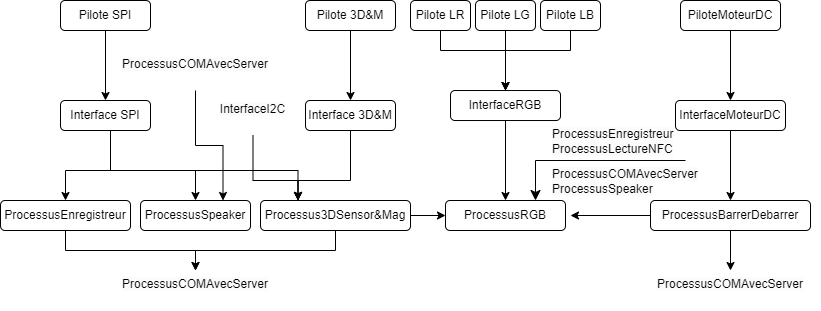
Before: Door/Schéma/Diagramme/Arch lo ex 1.drawio.png, a diagram exported from draw.io (CamFo/SecurityDoor). Source tidied: cells renumbered, new cells last; positions are measured from the earlier drawing's top-left corner, leaving out a move shared by most shapes.
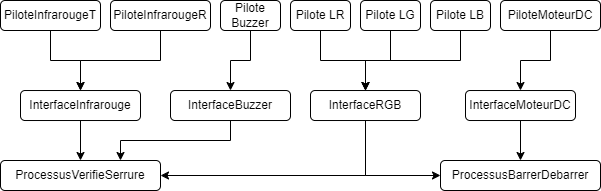
Later version of the same file.

What changed in the source:
```diff
@@ -2,175 +2,98 @@
   <root>
     <mxCell id="0" />
     <mxCell id="1" parent="0" />
-    <mxCell id="2" style="edgeStyle=orthogonalEdgeStyle;rounded=0;jettySize=auto;html=1;" parent="1" edge="1" source="4" target="32">
-      <mxGeometry relative="1" as="geometry" />
-    </mxCell>
-    <mxCell id="3" style="edgeStyle=orthogonalEdgeStyle;rounded=0;jettySize=auto;html=1;entryX=0;entryY=0.5;entryDx=0;entryDy=0;" parent="1" edge="1" source="4" target="34">
-      <mxGeometry relative="1" as="geometry" />
-    </mxCell>
-    <mxCell id="4" value="Processus3DSensor&amp;amp;Mag" style="rounded=1;whiteSpace=wrap;html=1;" parent="1" vertex="1">
-      <mxGeometry x="260" y="200" width="150" height="30" as="geometry" />
-    </mxCell>
-    <mxCell id="5" style="edgeStyle=orthogonalEdgeStyle;rounded=0;jettySize=auto;html=1;" parent="1" edge="1" source="6" target="8">
-      <mxGeometry relative="1" as="geometry" />
-    </mxCell>
-    <mxCell id="6" value="PiloteMoteurDC" style="rounded=1;whiteSpace=wrap;html=1;" parent="1" vertex="1">
-      <mxGeometry x="680" width="100" height="30" as="geometry" />
-    </mxCell>
-    <mxCell id="7" style="edgeStyle=orthogonalEdgeStyle;rounded=0;jettySize=auto;html=1;" parent="1" edge="1" source="8" target="11">
-      <mxGeometry relative="1" as="geometry" />
-    </mxCell>
-    <mxCell id="8" value="InterfaceMoteurDC" style="rounded=1;whiteSpace=wrap;html=1;" parent="1" vertex="1">
-      <mxGeometry x="675" y="100" width="110" height="30" as="geometry" />
-    </mxCell>
-    <mxCell id="9" style="edgeStyle=orthogonalEdgeStyle;rounded=0;jettySize=auto;html=1;" parent="1" edge="1" source="11" target="33">
-      <mxGeometry relative="1" as="geometry" />
-    </mxCell>
-    <mxCell id="10" style="edgeStyle=orthogonalEdgeStyle;rounded=0;jettySize=auto;html=1;" parent="1" edge="1" source="11">
-      <mxGeometry relative="1" as="geometry">
-        <mxPoint x="570" y="215" as="targetPoint" />
-      </mxGeometry>
-    </mxCell>
-    <mxCell id="11" value="ProcessusBarrerDebarrer" style="rounded=1;whiteSpace=wrap;html=1;" parent="1" vertex="1">
-      <mxGeometry x="650" y="200" width="160" height="30" as="geometry" />
-    </mxCell>
-    <mxCell id="12" style="edgeStyle=orthogonalEdgeStyle;rounded=0;jettySize=auto;html=1;entryX=0.25;entryY=0;entryDx=0;entryDy=0;" parent="1" edge="1" source="13" target="4">
-      <mxGeometry relative="1" as="geometry">
-        <Array as="points">
-          <mxPoint x="253" y="180" />
-          <mxPoint x="298" y="180" />
-        </Array>
-      </mxGeometry>
-    </mxCell>
-    <mxCell id="13" value="&lt;span style=&quot;color: rgb(0, 0, 0); font-family: Helvetica; font-size: 12px; font-style: normal; font-variant-ligatures: normal; font-variant-caps: normal; font-weight: 400; letter-spacing: normal; orphans: 2; text-indent: 0px; text-transform: none; widows: 2; word-spacing: 0px; -webkit-text-stroke-width: 0px; background-color: rgb(251, 251, 251); text-decoration-thickness: initial; text-decoration-style: initial; text-decoration-color: initial; float: none; display: inline !important;&quot;&gt;InterfaceI2C&lt;/span&gt;" style="text;whiteSpace=wrap;html=1;align=center;" parent="1" vertex="1">
-      <mxGeometry x="215" y="95" width="75" height="40" as="geometry" />
-    </mxCell>
-    <mxCell id="14" style="edgeStyle=orthogonalEdgeStyle;rounded=0;jettySize=auto;html=1;" parent="1" edge="1" source="15" target="17">
-      <mxGeometry relative="1" as="geometry" />
-    </mxCell>
-    <mxCell id="15" value="Pilote 3D&amp;amp;M" style="rounded=1;whiteSpace=wrap;html=1;" parent="1" vertex="1">
-      <mxGeometry x="305" width="90" height="30" as="geometry" />
-    </mxCell>
-    <mxCell id="16" style="edgeStyle=orthogonalEdgeStyle;rounded=0;jettySize=auto;html=1;entryX=0.25;entryY=0;entryDx=0;entryDy=0;" parent="1" edge="1" source="17" target="4">
-      <mxGeometry relative="1" as="geometry">
-        <Array as="points">
-          <mxPoint x="350" y="180" />
-          <mxPoint x="298" y="180" />
-        </Array>
-      </mxGeometry>
-    </mxCell>
-    <mxCell id="17" value="Interface 3D&amp;amp;M" style="rounded=1;whiteSpace=wrap;html=1;" parent="1" vertex="1">
-      <mxGeometry x="305" y="100" width="90" height="30" as="geometry" />
-    </mxCell>
-    <mxCell id="18" style="edgeStyle=orthogonalEdgeStyle;rounded=0;jettySize=auto;html=1;" parent="1" edge="1" source="19" target="23">
-      <mxGeometry relative="1" as="geometry" />
-    </mxCell>
-    <mxCell id="19" value="Pilote SPI" style="rounded=1;whiteSpace=wrap;html=1;" parent="1" vertex="1">
-      <mxGeometry x="60" width="90" height="30" as="geometry" />
-    </mxCell>
-    <mxCell id="20" style="edgeStyle=orthogonalEdgeStyle;rounded=0;jettySize=auto;html=1;entryX=0.25;entryY=0;entryDx=0;entryDy=0;" parent="1" edge="1" source="23" target="4">
-      <mxGeometry relative="1" as="geometry">
-        <Array as="points">
-          <mxPoint x="110" y="170" />
-          <mxPoint x="298" y="170" />
-        </Array>
-      </mxGeometry>
-    </mxCell>
-    <mxCell id="21" style="edgeStyle=orthogonalEdgeStyle;rounded=0;jettySize=auto;html=1;entryX=0.5;entryY=0;entryDx=0;entryDy=0;" parent="1" edge="1" source="23" target="40">
-      <mxGeometry relative="1" as="geometry">
-        <Array as="points">
-          <mxPoint x="110" y="170" />
-          <mxPoint x="195" y="170" />
-        </Array>
-      </mxGeometry>
-    </mxCell>
-    <mxCell id="22" style="edgeStyle=orthogonalEdgeStyle;rounded=0;jettySize=auto;html=1;entryX=0.5;entryY=0;entryDx=0;entryDy=0;" parent="1" edge="1" source="23" target="42">
-      <mxGeometry relative="1" as="geometry">
-        <Array as="points">
-          <mxPoint x="110" y="170" />
-          <mxPoint x="65" y="170" />
-        </Array>
-      </mxGeometry>
-    </mxCell>
-    <mxCell id="23" value="Interface SPI" style="rounded=1;whiteSpace=wrap;html=1;" parent="1" vertex="1">
-      <mxGeometry x="60" y="100" width="90" height="30" as="geometry" />
-    </mxCell>
     <mxCell id="24" style="edgeStyle=orthogonalEdgeStyle;rounded=0;jettySize=auto;html=1;entryX=0.5;entryY=0;entryDx=0;entryDy=0;" parent="1" edge="1" source="25" target="31">
-      <mxGeometry relative="1" as="geometry">
-        <Array as="points">
-          <mxPoint x="440" y="50" />
-          <mxPoint x="505" y="50" />
-        </Array>
-      </mxGeometry>
+      <mxGeometry relative="1" as="geometry" />
     </mxCell>
     <mxCell id="25" value="Pilote LR" style="rounded=1;whiteSpace=wrap;html=1;" parent="1" vertex="1">
-      <mxGeometry x="410" width="60" height="30" as="geometry" />
+      <mxGeometry x="390" y="350" width="60" height="30" as="geometry" />
     </mxCell>
     <mxCell id="26" style="edgeStyle=orthogonalEdgeStyle;rounded=0;jettySize=auto;html=1;" parent="1" edge="1" source="27" target="31">
       <mxGeometry relative="1" as="geometry" />
     </mxCell>
     <mxCell id="27" value="Pilote LG" style="rounded=1;whiteSpace=wrap;html=1;" parent="1" vertex="1">
-      <mxGeometry x="475" width="60" height="30" as="geometry" />
+      <mxGeometry x="460" y="350" width="60" height="30" as="geometry" />
     </mxCell>
-    <mxCell id="28" style="edgeStyle=orthogonalEdgeStyle;rounded=0;jettySize=auto;html=1;" parent="1" edge="1" source="29" target="31">
+    <mxCell id="28" style="edgeStyle=orthogonalEdgeStyle;rounded=0;jettySize=auto;html=1;entryX=0.5;entryY=0;entryDx=0;entryDy=0;" parent="1" edge="1" source="29" target="31">
       <mxGeometry relative="1" as="geometry">
         <Array as="points">
-          <mxPoint x="570" y="50" />
-          <mxPoint x="505" y="50" />
+          <mxPoint x="560" y="410" />
+          <mxPoint x="465" y="410" />
         </Array>
       </mxGeometry>
     </mxCell>
     <mxCell id="29" value="Pilote LB" style="rounded=1;whiteSpace=wrap;html=1;" parent="1" vertex="1">
-      <mxGeometry x="540" width="60" height="30" as="geometry" />
+      <mxGeometry x="530" y="350" width="60" height="30" as="geometry" />
     </mxCell>
-    <mxCell id="30" style="edgeStyle=orthogonalEdgeStyle;rounded=0;jettySize=auto;html=1;" parent="1" edge="1" source="31" target="34">
-      <mxGeometry relative="1" as="geometry" />
-    </mxCell>
+    <mxCell id="45" style="edgeStyle=orthogonalEdgeStyle;rounded=0;jettySize=auto;html=1;entryX=0;entryY=0.5;entryDx=0;entryDy=0;" parent="1" edge="1" source="31" target="11">
+      <mxGeometry relative="1" as="geometry">
+        <Array as="points">
+          <mxPoint x="465" y="525" />
+        </Array>
+      </mxGeometry>
+    </mxCell>
+    <mxCell id="46" style="edgeStyle=orthogonalEdgeStyle;rounded=0;jettySize=auto;html=1;entryX=1;entryY=0.5;entryDx=0;entryDy=0;" parent="1" edge="1" source="31" target="53">
+      <mxGeometry relative="1" as="geometry">
+        <Array as="points">
+          <mxPoint x="465" y="525" />
+        </Array>
+      </mxGeometry>
+    </mxCell>
     <mxCell id="31" value="InterfaceRGB" style="rounded=1;whiteSpace=wrap;html=1;" parent="1" vertex="1">
-      <mxGeometry x="450" y="90" width="110" height="30" as="geometry" />
+      <mxGeometry x="410" y="440" width="110" height="30" as="geometry" />
     </mxCell>
-    <mxCell id="32" value="&lt;span style=&quot;color: rgb(0, 0, 0); font-family: Helvetica; font-size: 12px; font-style: normal; font-variant-ligatures: normal; font-variant-caps: normal; font-weight: 400; letter-spacing: normal; orphans: 2; text-indent: 0px; text-transform: none; widows: 2; word-spacing: 0px; -webkit-text-stroke-width: 0px; background-color: rgb(251, 251, 251); text-decoration-thickness: initial; text-decoration-style: initial; text-decoration-color: initial; float: none; display: inline !important;&quot;&gt;ProcessusCOMAvecServer&lt;/span&gt;" style="text;whiteSpace=wrap;html=1;align=center;" parent="1" vertex="1">
-      <mxGeometry x="105" y="270" width="180" height="40" as="geometry" />
-    </mxCell>
-    <mxCell id="33" value="&lt;span style=&quot;color: rgb(0, 0, 0); font-family: Helvetica; font-size: 12px; font-style: normal; font-variant-ligatures: normal; font-variant-caps: normal; font-weight: 400; letter-spacing: normal; orphans: 2; text-indent: 0px; text-transform: none; widows: 2; word-spacing: 0px; -webkit-text-stroke-width: 0px; background-color: rgb(251, 251, 251); text-decoration-thickness: initial; text-decoration-style: initial; text-decoration-color: initial; float: none; display: inline !important;&quot;&gt;ProcessusCOMAvecServer&lt;/span&gt;" style="text;whiteSpace=wrap;html=1;align=center;" parent="1" vertex="1">
-      <mxGeometry x="640" y="270" width="180" height="40" as="geometry" />
-    </mxCell>
-    <mxCell id="34" value="ProcessusRGB" style="whiteSpace=wrap;html=1;rounded=1;" parent="1" vertex="1">
-      <mxGeometry x="445" y="200" width="120" height="30" as="geometry" />
-    </mxCell>
-    <mxCell id="35" style="edgeStyle=segmentEdgeStyle;endArrow=classic;html=1;curved=0;rounded=0;endSize=8;startSize=8;sourcePerimeterSpacing=0;targetPerimeterSpacing=0;entryX=0.75;entryY=0;entryDx=0;entryDy=0;exitX=0.75;exitY=0;exitDx=0;exitDy=0;" parent="1" edge="1" source="37" target="34">
-      <mxGeometry relative="1" as="geometry">
-        <Array as="points">
-          <mxPoint x="535" y="160" />
-        </Array>
-      </mxGeometry>
-    </mxCell>
-    <mxCell id="36" value="&lt;span style=&quot;color: rgb(0, 0, 0); font-family: Helvetica; font-size: 12px; font-style: normal; font-variant-ligatures: normal; font-variant-caps: normal; font-weight: 400; letter-spacing: normal; orphans: 2; text-align: center; text-indent: 0px; text-transform: none; widows: 2; word-spacing: 0px; -webkit-text-stroke-width: 0px; background-color: rgb(251, 251, 251); text-decoration-thickness: initial; text-decoration-style: initial; text-decoration-color: initial; float: none; display: inline !important;&quot;&gt;ProcessusLectureNFC&lt;/span&gt;" style="text;whiteSpace=wrap;html=1;" parent="1" vertex="1">
-      <mxGeometry x="550" y="135" width="150" height="40" as="geometry" />
-    </mxCell>
-    <mxCell id="37" value="&lt;span style=&quot;color: rgb(0, 0, 0); font-family: Helvetica; font-size: 12px; font-style: normal; font-variant-ligatures: normal; font-variant-caps: normal; font-weight: 400; letter-spacing: normal; orphans: 2; text-align: center; text-indent: 0px; text-transform: none; widows: 2; word-spacing: 0px; -webkit-text-stroke-width: 0px; background-color: rgb(251, 251, 251); text-decoration-thickness: initial; text-decoration-style: initial; text-decoration-color: initial; float: none; display: inline !important;&quot;&gt;ProcessusCOMAvecServer&lt;/span&gt;" style="text;whiteSpace=wrap;html=1;" parent="1" vertex="1">
-      <mxGeometry x="550" y="160" width="180" height="40" as="geometry" />
-    </mxCell>
-    <mxCell id="38" value="&lt;span style=&quot;color: rgb(0, 0, 0); font-family: Helvetica; font-size: 12px; font-style: normal; font-variant-ligatures: normal; font-variant-caps: normal; font-weight: 400; letter-spacing: normal; orphans: 2; text-align: center; text-indent: 0px; text-transform: none; widows: 2; word-spacing: 0px; -webkit-text-stroke-width: 0px; background-color: rgb(251, 251, 251); text-decoration-thickness: initial; text-decoration-style: initial; text-decoration-color: initial; float: none; display: inline !important;&quot;&gt;ProcessusEnregistreur&lt;/span&gt;" style="text;whiteSpace=wrap;html=1;" parent="1" vertex="1">
-      <mxGeometry x="550" y="120" width="150" height="40" as="geometry" />
-    </mxCell>
-    <mxCell id="39" value="&lt;span style=&quot;color: rgb(0, 0, 0); font-family: Helvetica; font-size: 12px; font-style: normal; font-variant-ligatures: normal; font-variant-caps: normal; font-weight: 400; letter-spacing: normal; orphans: 2; text-align: center; text-indent: 0px; text-transform: none; widows: 2; word-spacing: 0px; -webkit-text-stroke-width: 0px; background-color: rgb(251, 251, 251); text-decoration-thickness: initial; text-decoration-style: initial; text-decoration-color: initial; float: none; display: inline !important;&quot;&gt;ProcessusSpeaker&lt;/span&gt;" style="text;whiteSpace=wrap;html=1;" parent="1" vertex="1">
-      <mxGeometry x="550" y="175" width="150" height="40" as="geometry" />
-    </mxCell>
-    <mxCell id="40" value="ProcessusSpeaker" style="rounded=1;whiteSpace=wrap;html=1;" parent="1" vertex="1">
-      <mxGeometry x="140" y="200" width="110" height="30" as="geometry" />
-    </mxCell>
-    <mxCell id="41" style="edgeStyle=orthogonalEdgeStyle;rounded=0;jettySize=auto;html=1;entryX=0.5;entryY=0;entryDx=0;entryDy=0;" parent="1" edge="1" source="42" target="32">
-      <mxGeometry relative="1" as="geometry" />
-    </mxCell>
-    <mxCell id="42" value="ProcessusEnregistreur" style="rounded=1;whiteSpace=wrap;html=1;" parent="1" vertex="1">
-      <mxGeometry y="200" width="130" height="30" as="geometry" />
-    </mxCell>
-    <mxCell id="43" style="edgeStyle=orthogonalEdgeStyle;rounded=0;jettySize=auto;html=1;entryX=0.75;entryY=0;entryDx=0;entryDy=0;" parent="1" edge="1" source="44" target="40">
-      <mxGeometry relative="1" as="geometry" />
-    </mxCell>
-    <mxCell id="44" value="&lt;span style=&quot;color: rgb(0, 0, 0); font-family: Helvetica; font-size: 12px; font-style: normal; font-variant-ligatures: normal; font-variant-caps: normal; font-weight: 400; letter-spacing: normal; orphans: 2; text-indent: 0px; text-transform: none; widows: 2; word-spacing: 0px; -webkit-text-stroke-width: 0px; background-color: rgb(251, 251, 251); text-decoration-thickness: initial; text-decoration-style: initial; text-decoration-color: initial; float: none; display: inline !important;&quot;&gt;ProcessusCOMAvecServer&lt;/span&gt;" style="text;whiteSpace=wrap;html=1;align=center;" parent="1" vertex="1">
-      <mxGeometry x="120" y="50" width="150" height="40" as="geometry" />
-    </mxCell>
+    <mxCell id="5" style="edgeStyle=orthogonalEdgeStyle;rounded=0;jettySize=auto;html=1;" parent="1" edge="1" source="6" target="8">
+      <mxGeometry relative="1" as="geometry" />
+    </mxCell>
+    <mxCell id="6" value="PiloteMoteurDC" style="rounded=1;whiteSpace=wrap;html=1;" parent="1" vertex="1">
+      <mxGeometry x="600" y="350" width="100" height="30" as="geometry" />
+    </mxCell>
+    <mxCell id="7" style="edgeStyle=orthogonalEdgeStyle;rounded=0;jettySize=auto;html=1;" parent="1" edge="1" source="8" target="11">
+      <mxGeometry relative="1" as="geometry" />
+    </mxCell>
+    <mxCell id="8" value="InterfaceMoteurDC" style="rounded=1;whiteSpace=wrap;html=1;" parent="1" vertex="1">
+      <mxGeometry x="565" y="440" width="110" height="30" as="geometry" />
+    </mxCell>
+    <mxCell id="11" value="ProcessusBarrerDebarrer" style="rounded=1;whiteSpace=wrap;html=1;" parent="1" vertex="1">
+      <mxGeometry x="540" y="510" width="160" height="30" as="geometry" />
+    </mxCell>
+    <mxCell id="47" style="edgeStyle=orthogonalEdgeStyle;rounded=0;jettySize=auto;html=1;" parent="1" edge="1" source="48" target="52">
+      <mxGeometry relative="1" as="geometry" />
+    </mxCell>
+    <mxCell id="48" value="PiloteInfrarougeR" style="rounded=1;whiteSpace=wrap;html=1;" parent="1" vertex="1">
+      <mxGeometry x="210" y="350" width="100" height="30" as="geometry" />
+    </mxCell>
+    <mxCell id="49" style="edgeStyle=orthogonalEdgeStyle;rounded=0;jettySize=auto;html=1;" parent="1" edge="1" source="50" target="52">
+      <mxGeometry relative="1" as="geometry" />
+    </mxCell>
+    <mxCell id="50" value="PiloteInfrarougeT" style="rounded=1;whiteSpace=wrap;html=1;" parent="1" vertex="1">
+      <mxGeometry x="100" y="350" width="100" height="30" as="geometry" />
+    </mxCell>
+    <mxCell id="51" style="edgeStyle=orthogonalEdgeStyle;rounded=0;jettySize=auto;html=1;" parent="1" edge="1" source="52" target="53">
+      <mxGeometry relative="1" as="geometry" />
+    </mxCell>
+    <mxCell id="52" value="InterfaceInfrarouge" style="rounded=1;whiteSpace=wrap;html=1;" parent="1" vertex="1">
+      <mxGeometry x="120" y="440" width="120" height="30" as="geometry" />
+    </mxCell>
+    <mxCell id="53" value="ProcessusVerifieSerrure" style="rounded=1;whiteSpace=wrap;html=1;" parent="1" vertex="1">
+      <mxGeometry x="100" y="510" width="160" height="30" as="geometry" />
+    </mxCell>
+    <mxCell id="54" style="edgeStyle=orthogonalEdgeStyle;rounded=0;jettySize=auto;html=1;" parent="1" edge="1" source="55" target="57">
+      <mxGeometry relative="1" as="geometry" />
+    </mxCell>
+    <mxCell id="55" value="Pilote Buzzer" style="rounded=1;whiteSpace=wrap;html=1;" parent="1" vertex="1">
+      <mxGeometry x="320" y="350" width="60" height="30" as="geometry" />
+    </mxCell>
+    <mxCell id="56" style="edgeStyle=orthogonalEdgeStyle;rounded=0;jettySize=auto;html=1;entryX=0.75;entryY=0;entryDx=0;entryDy=0;" parent="1" edge="1" source="57" target="53">
+      <mxGeometry relative="1" as="geometry">
+        <Array as="points">
+          <mxPoint x="330" y="490" />
+          <mxPoint x="220" y="490" />
+        </Array>
+      </mxGeometry>
+    </mxCell>
+    <mxCell id="57" value="InterfaceBuzzer" style="rounded=1;whiteSpace=wrap;html=1;" parent="1" vertex="1">
+      <mxGeometry x="270" y="440" width="120" height="30" as="geometry" />
+    </mxCell>
   </root>
 </mxGraphModel>
```
